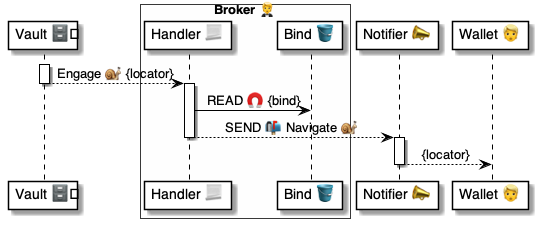
The PlantUML diagram 4 ⚙️ Solution/20 🧑‍🦰 UI/Brokers 🤵/🤵📨 Broker msgs/Binds 🔗 Engage 🗄️🐌🤵/🤵 Engage ⚙️ uml.png in pollyweb-org/pollyweb-docs, before a commit. Its source is kept beside it as 4 ⚙️ Solution/20 🧑‍🦰 UI/Brokers 🤵/🤵📨 Broker msgs/Binds 🔗 Engage 🗄️🐌🤵/🤵 Engage ⚙️ uml.puml.
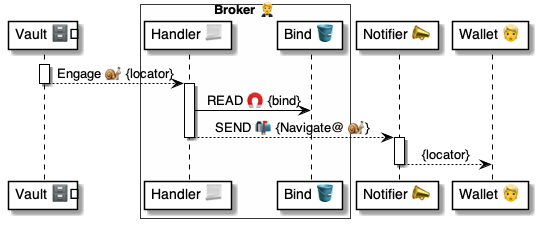
Later version of the same file.

Diff of the diagram source:
```diff
@@ -16,7 +16,7 @@
 
 activate broker
     broker -> binds: READ 🧲 {bind}
-    broker --> notifier: SEND 📬 Navigate 🐌
+    broker --> notifier: SEND 📬 {Navigate@ 🐌}
 deactivate broker
 
 activate notifier
```
